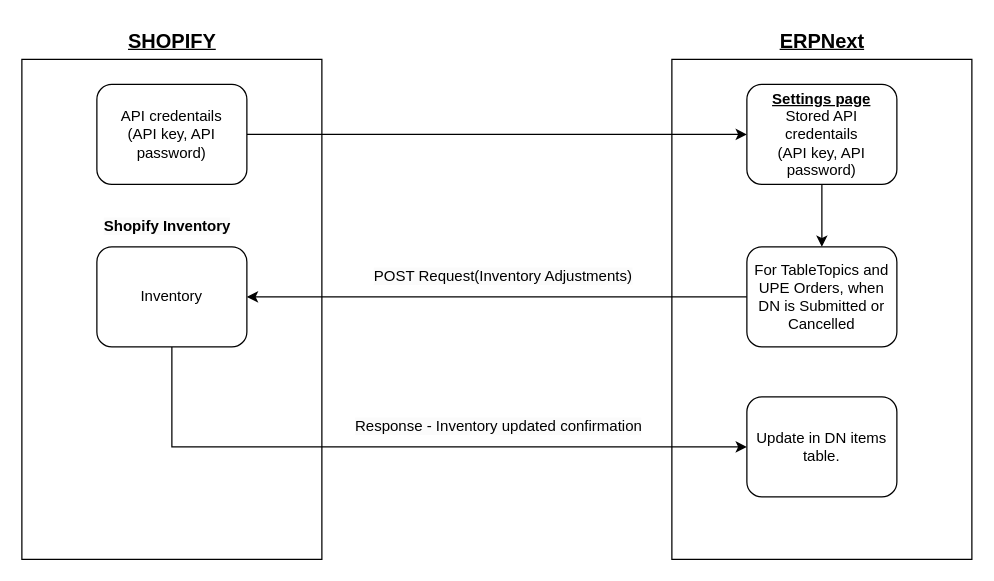
GVicky98/Shopify-API-Flow-Diagram keeps this draw.io diagram as shopify_inventory_update.drawio. Above is the earlier version. Source tidied: cells renumbered, new cells numbered last; positions are measured from the earlier drawing's top-left corner, leaving out a move shared by most shapes. Both pictures are drawn from the tidied source at 125%, with x=0, y=0 at pixel (21, 21).
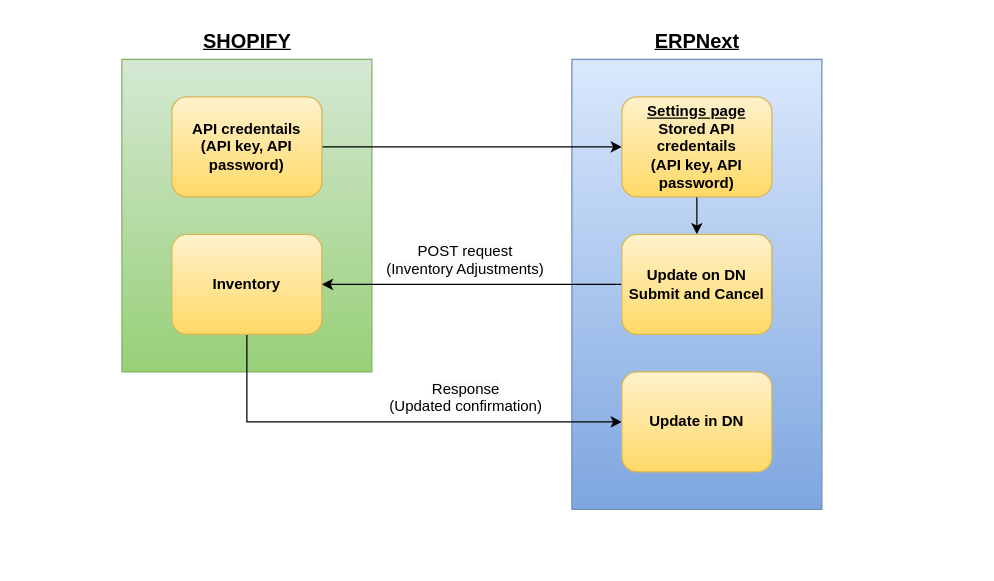
Above is the later version.

Diff of the diagram source:
```diff
@@
 <mxGraphModel>
   <root>
     <mxCell id="0" />
     <mxCell id="1" parent="0" />
-    <mxCell id="2" style="rounded=0;whiteSpace=wrap;html=1;" parent="1" vertex="1">
-      <mxGeometry y="30" width="240" height="400" as="geometry" />
+    <mxCell id="2" style="rounded=0;whiteSpace=wrap;html=1;fontStyle=1;fillColor=#d5e8d4;strokeColor=#82b366;gradientColor=#97d077;" parent="1" vertex="1">
+      <mxGeometry x="80" y="30" width="200" height="250" as="geometry" />
     </mxCell>
-    <mxCell id="3" style="rounded=0;whiteSpace=wrap;html=1;" parent="1" vertex="1">
-      <mxGeometry x="520" y="30" width="240" height="400" as="geometry" />
+    <mxCell id="3" style="rounded=0;whiteSpace=wrap;html=1;fontStyle=1;fillColor=#dae8fc;gradientColor=#7ea6e0;strokeColor=#6c8ebf;" parent="1" vertex="1">
+      <mxGeometry x="440" y="30" width="200" height="360" as="geometry" />
     </mxCell>
-    <mxCell id="4" value="&lt;b&gt;&lt;u&gt;&lt;font style=&quot;font-size: 16px;&quot;&gt;SHOPIFY&lt;/font&gt;&lt;/u&gt;&lt;/b&gt;" style="text;html=1;align=center;verticalAlign=middle;strokeColor=none;fillColor=none;" parent="1" vertex="1">
-      <mxGeometry x="75" width="90" height="30" as="geometry" />
+    <mxCell id="4" value="&lt;span&gt;&lt;u&gt;&lt;font style=&quot;font-size: 16px;&quot;&gt;SHOPIFY&lt;/font&gt;&lt;/u&gt;&lt;/span&gt;" style="text;html=1;align=center;verticalAlign=middle;strokeColor=none;fillColor=none;fontStyle=1;" parent="1" vertex="1">
+      <mxGeometry x="135" width="90" height="30" as="geometry" />
     </mxCell>
-    <mxCell id="5" value="&lt;span style=&quot;font-size: 16px;&quot;&gt;&lt;b&gt;&lt;u&gt;ERPNext&lt;br&gt;&lt;/u&gt;&lt;/b&gt;&lt;/span&gt;" style="text;html=1;align=center;verticalAlign=middle;strokeColor=none;fillColor=none;" parent="1" vertex="1">
-      <mxGeometry x="595" width="90" height="30" as="geometry" />
+    <mxCell id="5" value="&lt;span style=&quot;font-size: 16px;&quot;&gt;&lt;span&gt;&lt;u&gt;ERPNext&lt;br&gt;&lt;/u&gt;&lt;/span&gt;&lt;/span&gt;" style="text;html=1;align=center;verticalAlign=middle;strokeColor=none;fillColor=none;fontStyle=1;" parent="1" vertex="1">
+      <mxGeometry x="495" width="90" height="30" as="geometry" />
     </mxCell>
-    <mxCell id="6" style="edgeStyle=none;rounded=0;jettySize=auto;html=1;" parent="1" edge="1" source="7" target="9">
+    <mxCell id="6" style="edgeStyle=none;rounded=0;jettySize=auto;html=1;fontStyle=1;" parent="1" edge="1" source="7" target="9">
       <mxGeometry relative="1" as="geometry" />
     </mxCell>
-    <mxCell id="7" value="API credentails&lt;br&gt;(API key, API password)" style="rounded=1;whiteSpace=wrap;html=1;" parent="1" vertex="1">
-      <mxGeometry x="60" y="50" width="120" height="80" as="geometry" />
+    <mxCell id="7" value="API credentails&lt;br&gt;(API key, API password)" style="rounded=1;whiteSpace=wrap;html=1;fontStyle=1;fillColor=#fff2cc;gradientColor=#ffd966;strokeColor=#d6b656;" parent="1" vertex="1">
+      <mxGeometry x="120" y="60" width="120" height="80" as="geometry" />
     </mxCell>
-    <mxCell id="8" style="edgeStyle=none;rounded=0;jettySize=auto;html=1;" parent="1" edge="1" source="9" target="11">
+    <mxCell id="8" style="edgeStyle=none;rounded=0;jettySize=auto;html=1;fontStyle=1;" parent="1" edge="1" source="9" target="11">
       <mxGeometry relative="1" as="geometry" />
     </mxCell>
-    <mxCell id="9" value="&lt;b&gt;&lt;u&gt;Settings page&lt;/u&gt;&lt;/b&gt;&lt;br&gt;Stored API credentails&lt;br&gt;(API key, API password)" style="rounded=1;whiteSpace=wrap;html=1;" parent="1" vertex="1">
-      <mxGeometry x="580" y="50" width="120" height="80" as="geometry" />
+    <mxCell id="9" value="&lt;span&gt;&lt;u&gt;Settings page&lt;/u&gt;&lt;/span&gt;&lt;br&gt;Stored API credentails&lt;br&gt;(API key, API password)" style="rounded=1;whiteSpace=wrap;html=1;fontStyle=1;fillColor=#fff2cc;gradientColor=#ffd966;strokeColor=#d6b656;" parent="1" vertex="1">
+      <mxGeometry x="480" y="60" width="120" height="80" as="geometry" />
     </mxCell>
-    <mxCell id="10" style="edgeStyle=none;rounded=0;jettySize=auto;html=1;exitX=0;exitY=0.5;exitDx=0;exitDy=0;" parent="1" edge="1" source="11" target="14">
+    <mxCell id="10" style="edgeStyle=none;rounded=0;jettySize=auto;html=1;exitX=0;exitY=0.5;exitDx=0;exitDy=0;fontStyle=1;" parent="1" edge="1" source="11" target="14">
       <mxGeometry relative="1" as="geometry" />
     </mxCell>
-    <mxCell id="11" value="For TableTopics and UPE Orders, when DN is Submitted or Cancelled" style="rounded=1;whiteSpace=wrap;html=1;" parent="1" vertex="1">
-      <mxGeometry x="580" y="180" width="120" height="80" as="geometry" />
+    <mxCell id="11" value="Update on DN Submit and Cancel" style="rounded=1;whiteSpace=wrap;html=1;fontStyle=1;fillColor=#fff2cc;gradientColor=#ffd966;strokeColor=#d6b656;" parent="1" vertex="1">
+      <mxGeometry x="480" y="170" width="120" height="80" as="geometry" />
     </mxCell>
-    <mxCell id="12" value="&lt;span style=&quot;color: rgb(0, 0, 0); font-family: Helvetica; font-size: 12px; font-style: normal; font-variant-ligatures: normal; font-variant-caps: normal; font-weight: 400; letter-spacing: normal; orphans: 2; text-align: center; text-indent: 0px; text-transform: none; widows: 2; word-spacing: 0px; -webkit-text-stroke-width: 0px; background-color: rgb(251, 251, 251); text-decoration-thickness: initial; text-decoration-style: initial; text-decoration-color: initial; float: none; display: inline !important;&quot;&gt;POST Request(Inventory Adjustments)&lt;/span&gt;" style="text;whiteSpace=wrap;html=1;" parent="1" vertex="1">
-      <mxGeometry x="280" y="190" width="210" height="40" as="geometry" />
+    <mxCell id="12" value="&lt;span style=&quot;color: rgb(0, 0, 0); font-family: Helvetica; font-size: 12px; font-style: normal; font-variant-ligatures: normal; font-variant-caps: normal; letter-spacing: normal; orphans: 2; text-indent: 0px; text-transform: none; widows: 2; word-spacing: 0px; -webkit-text-stroke-width: 0px; background-color: rgb(251, 251, 251); text-decoration-thickness: initial; text-decoration-style: initial; text-decoration-color: initial; float: none; display: inline !important;&quot;&gt;POST request&lt;br&gt;(Inventory Adjustments)&lt;/span&gt;" style="text;whiteSpace=wrap;html=1;fontStyle=0;align=center;" parent="1" vertex="1">
+      <mxGeometry x="290" y="170" width="130" height="40" as="geometry" />
     </mxCell>
-    <mxCell id="13" style="edgeStyle=none;rounded=0;jettySize=auto;html=1;entryX=0;entryY=0.5;entryDx=0;entryDy=0;" parent="1" edge="1" source="14" target="15">
+    <mxCell id="13" style="edgeStyle=none;rounded=0;jettySize=auto;html=1;entryX=0;entryY=0.5;entryDx=0;entryDy=0;fontStyle=1;" parent="1" edge="1" source="14" target="15">
       <mxGeometry relative="1" as="geometry">
         <Array as="points">
-          <mxPoint x="120" y="340" />
+          <mxPoint x="180" y="320" />
         </Array>
       </mxGeometry>
     </mxCell>
-    <mxCell id="14" value="Inventory" style="rounded=1;whiteSpace=wrap;html=1;" parent="1" vertex="1">
-      <mxGeometry x="60" y="180" width="120" height="80" as="geometry" />
+    <mxCell id="14" value="Inventory" style="rounded=1;whiteSpace=wrap;html=1;fontStyle=1;fillColor=#fff2cc;gradientColor=#ffd966;strokeColor=#d6b656;" parent="1" vertex="1">
+      <mxGeometry x="120" y="170" width="120" height="80" as="geometry" />
     </mxCell>
-    <mxCell id="15" value="Update in DN items table." style="rounded=1;whiteSpace=wrap;html=1;" parent="1" vertex="1">
-      <mxGeometry x="580" y="300" width="120" height="80" as="geometry" />
+    <mxCell id="15" value="Update in DN" style="rounded=1;whiteSpace=wrap;html=1;fontStyle=1;fillColor=#fff2cc;gradientColor=#ffd966;strokeColor=#d6b656;" parent="1" vertex="1">
+      <mxGeometry x="480" y="280" width="120" height="80" as="geometry" />
     </mxCell>
-    <mxCell id="16" value="&lt;span style=&quot;color: rgb(0, 0, 0); font-family: Helvetica; font-size: 12px; font-style: normal; font-variant-ligatures: normal; font-variant-caps: normal; font-weight: 400; letter-spacing: normal; orphans: 2; text-align: center; text-indent: 0px; text-transform: none; widows: 2; word-spacing: 0px; -webkit-text-stroke-width: 0px; background-color: rgb(251, 251, 251); text-decoration-thickness: initial; text-decoration-style: initial; text-decoration-color: initial; float: none; display: inline !important;&quot;&gt;Response - Inventory updated confirmation&lt;/span&gt;" style="text;whiteSpace=wrap;html=1;" parent="1" vertex="1">
-      <mxGeometry x="265" y="310" width="240" height="40" as="geometry" />
+    <mxCell id="16" value="&lt;span style=&quot;color: rgb(0, 0, 0); font-family: Helvetica; font-size: 12px; font-style: normal; font-variant-ligatures: normal; font-variant-caps: normal; letter-spacing: normal; orphans: 2; text-indent: 0px; text-transform: none; widows: 2; word-spacing: 0px; -webkit-text-stroke-width: 0px; background-color: rgb(251, 251, 251); text-decoration-thickness: initial; text-decoration-style: initial; text-decoration-color: initial; float: none; display: inline !important;&quot;&gt;Response &lt;br&gt;&lt;div style=&quot;&quot;&gt;(Updated confirmation)&lt;/div&gt;&lt;/span&gt;" style="text;whiteSpace=wrap;html=1;fontStyle=0;align=center;" parent="1" vertex="1">
+      <mxGeometry x="262.5" y="280" width="185" height="40" as="geometry" />
     </mxCell>
-    <mxCell id="17" value="&lt;span style=&quot;color: rgb(0, 0, 0); font-family: Helvetica; font-size: 12px; font-style: normal; font-variant-ligatures: normal; font-variant-caps: normal; letter-spacing: normal; orphans: 2; text-align: center; text-indent: 0px; text-transform: none; widows: 2; word-spacing: 0px; -webkit-text-stroke-width: 0px; background-color: rgb(251, 251, 251); text-decoration-thickness: initial; text-decoration-style: initial; text-decoration-color: initial; float: none; display: inline !important;&quot;&gt;Shopify Inventory&lt;/span&gt;" style="text;whiteSpace=wrap;html=1;fontStyle=1;" parent="1" vertex="1">
-      <mxGeometry x="63.8" y="150" width="112.5" height="30" as="geometry" />
-    </mxCell>
   </root>
 </mxGraphModel>
```
